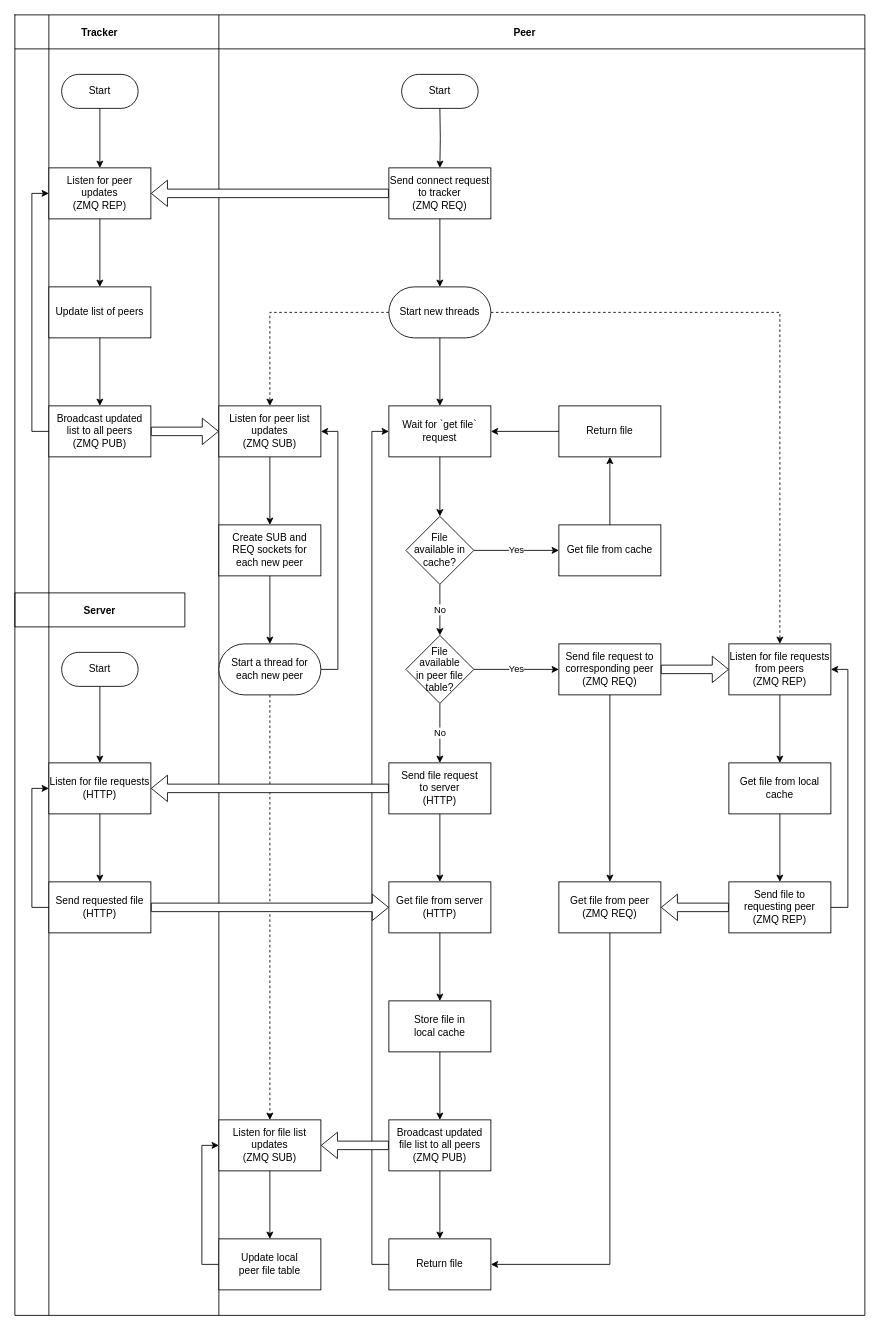
The draw.io diagram Flowchart.drawio in nan-af/sproj, before the edit. Source tidied: cells renumbered, new cells numbered last; positions are measured from the earlier drawing's top-left corner, leaving out a move shared by most shapes. Both pictures are drawn from the tidied source at 85%, with x=0, y=0 at pixel (14, 14).
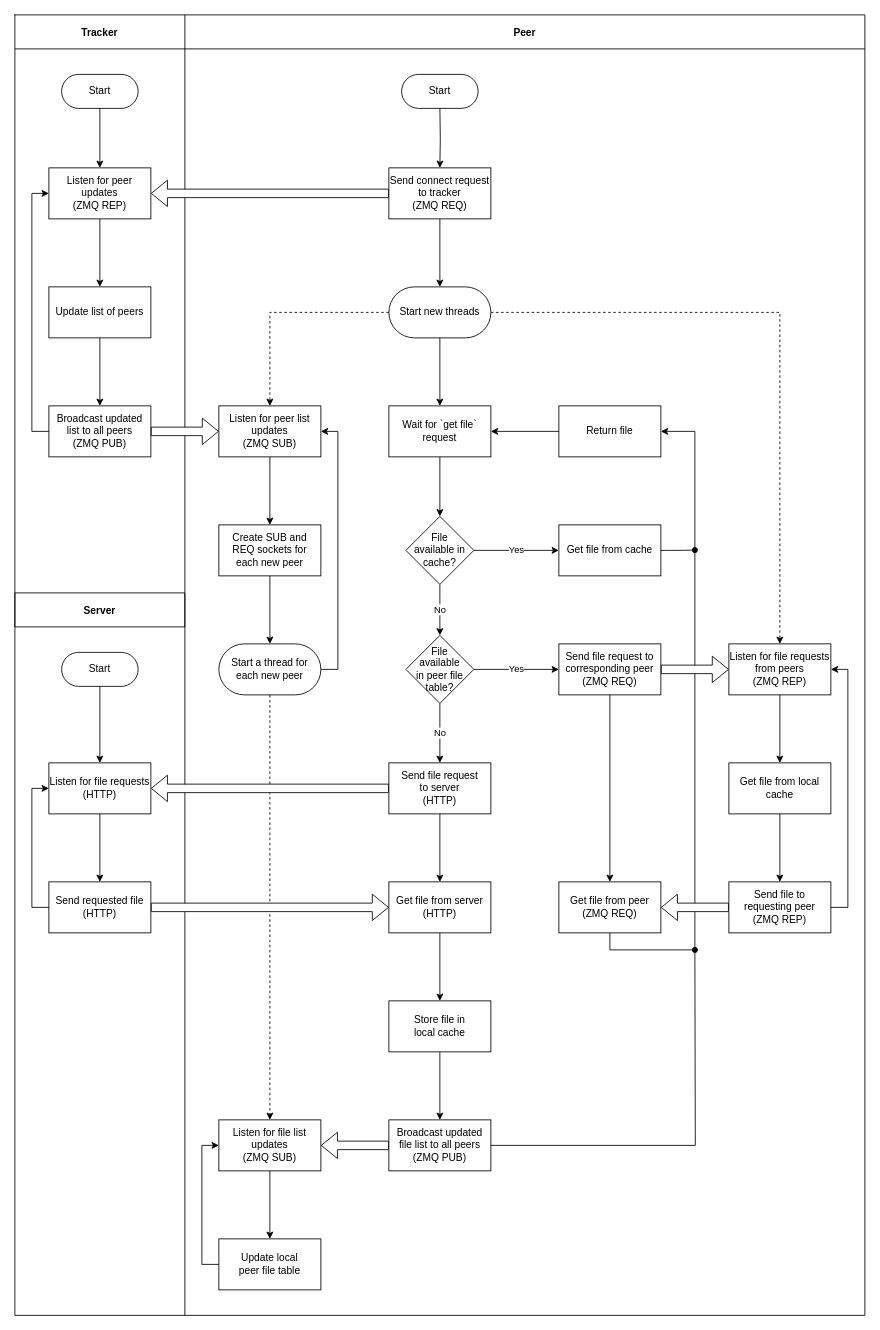
After the change.

Commit message:
Removed redundant `return file` block

Unchanged cells that the change refers to:
```xml
<mxCell id="2" style="shape=table;childLayout=tableLayout;startSize=0;fillColor=none;fontStyle=1;" parent="1" vertex="1">
  <mxGeometry width="1000" height="1530" as="geometry" />
</mxCell>
<mxCell id="19" value="Peer" style="swimlane;swimlaneHead=0;swimlaneBody=0;fillColor=none;startSize=40;fontStyle=1;" parent="3" vertex="1">
  <mxGeometry x="200" width="800" height="1530" as="geometry" />
</mxCell>
<mxCell id="22" value="Wait for `get file` request" style="whiteSpace=wrap;html=1;rounded=0;glass=0;arcSize=50;" parent="19" vertex="1">
  <mxGeometry x="240" y="460" width="120" height="60" as="geometry" />
</mxCell>
<mxCell id="30" value="Get file from cache" style="whiteSpace=wrap;html=1;rounded=0;glass=0;arcSize=50;" parent="19" vertex="1">
  <mxGeometry x="440" y="600" width="120" height="60" as="geometry" />
</mxCell>
<mxCell id="38" value="&lt;div&gt;Broadcast updated file list to all peers&lt;/div&gt;&lt;div&gt;(ZMQ PUB)&lt;br&gt;&lt;/div&gt;" style="whiteSpace=wrap;html=1;rounded=0;glass=0;arcSize=50;" parent="19" vertex="1">
  <mxGeometry x="240" y="1300" width="120" height="60" as="geometry" />
</mxCell>
<mxCell id="46" value="&lt;div&gt;Get file from peer&lt;/div&gt;&lt;div&gt;(ZMQ REQ)&lt;br&gt;&lt;/div&gt;" style="whiteSpace=wrap;html=1;rounded=0;glass=0;arcSize=50;" parent="19" vertex="1">
  <mxGeometry x="440" y="1020" width="120" height="60" as="geometry" />
</mxCell>
<mxCell id="62" value="Return file" style="whiteSpace=wrap;html=1;rounded=0;glass=0;arcSize=50;" parent="19" vertex="1">
  <mxGeometry x="440" y="460" width="120" height="60" as="geometry" />
</mxCell>
```

What changed in the source:
```diff
@@
-    <mxCell id="3" style="shape=tableRow;horizontal=0;swimlaneHead=0;swimlaneBody=0;top=0;left=0;bottom=0;right=0;fillColor=none;startSize=40;fontStyle=1;" parent="2" vertex="1">
+    <mxCell id="3" style="shape=tableRow;horizontal=0;swimlaneHead=0;swimlaneBody=0;top=0;left=0;bottom=0;right=0;fillColor=none;startSize=0;fontStyle=1;" parent="2" vertex="1">
       <mxGeometry width="1000" height="1530" as="geometry" />
     </mxCell>
@@
+    <mxCell id="82" style="edgeStyle=orthogonalEdgeStyle;rounded=0;jettySize=auto;html=1;exitX=0.5;exitY=1;exitDx=0;exitDy=0;entryX=1;entryY=0.5;entryDx=0;entryDy=0;" parent="19" edge="1" source="46" target="62">
+      <mxGeometry relative="1" as="geometry">
+        <Array as="points">
+          <mxPoint x="500" y="1100" />
+          <mxPoint x="600" y="1100" />
+          <mxPoint x="600" y="490" />
+        </Array>
+      </mxGeometry>
+    </mxCell>
@@
-    <mxCell id="64" value="Return file" style="whiteSpace=wrap;html=1;rounded=0;glass=0;arcSize=50;" parent="19" vertex="1">
-      <mxGeometry x="240" y="1440" width="120" height="60" as="geometry" />
-    </mxCell>
-    <mxCell id="65" style="edgeStyle=orthogonalEdgeStyle;rounded=0;jettySize=auto;html=1;fillColor=default;" parent="19" edge="1" source="30" target="62">
-      <mxGeometry relative="1" as="geometry" />
-    </mxCell>
@@
-    <mxCell id="68" style="edgeStyle=orthogonalEdgeStyle;rounded=0;jumpStyle=line;jettySize=auto;html=1;strokeColor=default;fillColor=default;" parent="19" edge="1" source="38" target="64">
-      <mxGeometry relative="1" as="geometry" />
-    </mxCell>
-    <mxCell id="69" style="edgeStyle=orthogonalEdgeStyle;rounded=0;jumpStyle=line;jettySize=auto;html=1;exitX=0.5;exitY=1;exitDx=0;exitDy=0;entryX=1;entryY=0.5;entryDx=0;entryDy=0;strokeColor=default;fillColor=default;" parent="19" edge="1" source="46" target="64">
-      <mxGeometry relative="1" as="geometry" />
-    </mxCell>
-    <mxCell id="70" style="edgeStyle=orthogonalEdgeStyle;rounded=0;jumpStyle=none;jettySize=auto;html=1;exitX=0;exitY=0.5;exitDx=0;exitDy=0;entryX=0;entryY=0.5;entryDx=0;entryDy=0;strokeColor=default;fillColor=default;" parent="19" edge="1" source="64" target="22">
-      <mxGeometry relative="1" as="geometry" />
-    </mxCell>
@@
+    <mxCell id="83" style="edgeStyle=orthogonalEdgeStyle;rounded=0;jettySize=auto;html=1;exitX=1;exitY=0.5;exitDx=0;exitDy=0;endArrow=oval;endFill=1;" parent="1" edge="1" source="38">
+      <mxGeometry relative="1" as="geometry">
+        <mxPoint x="800" y="1100" as="targetPoint" />
+      </mxGeometry>
+    </mxCell>
+    <mxCell id="84" style="edgeStyle=orthogonalEdgeStyle;rounded=0;jettySize=auto;html=1;exitX=1;exitY=0.5;exitDx=0;exitDy=0;endArrow=oval;endFill=1;" parent="1" edge="1" source="30">
+      <mxGeometry relative="1" as="geometry">
+        <mxPoint x="800" y="629.7" as="targetPoint" />
+      </mxGeometry>
+    </mxCell>
```
